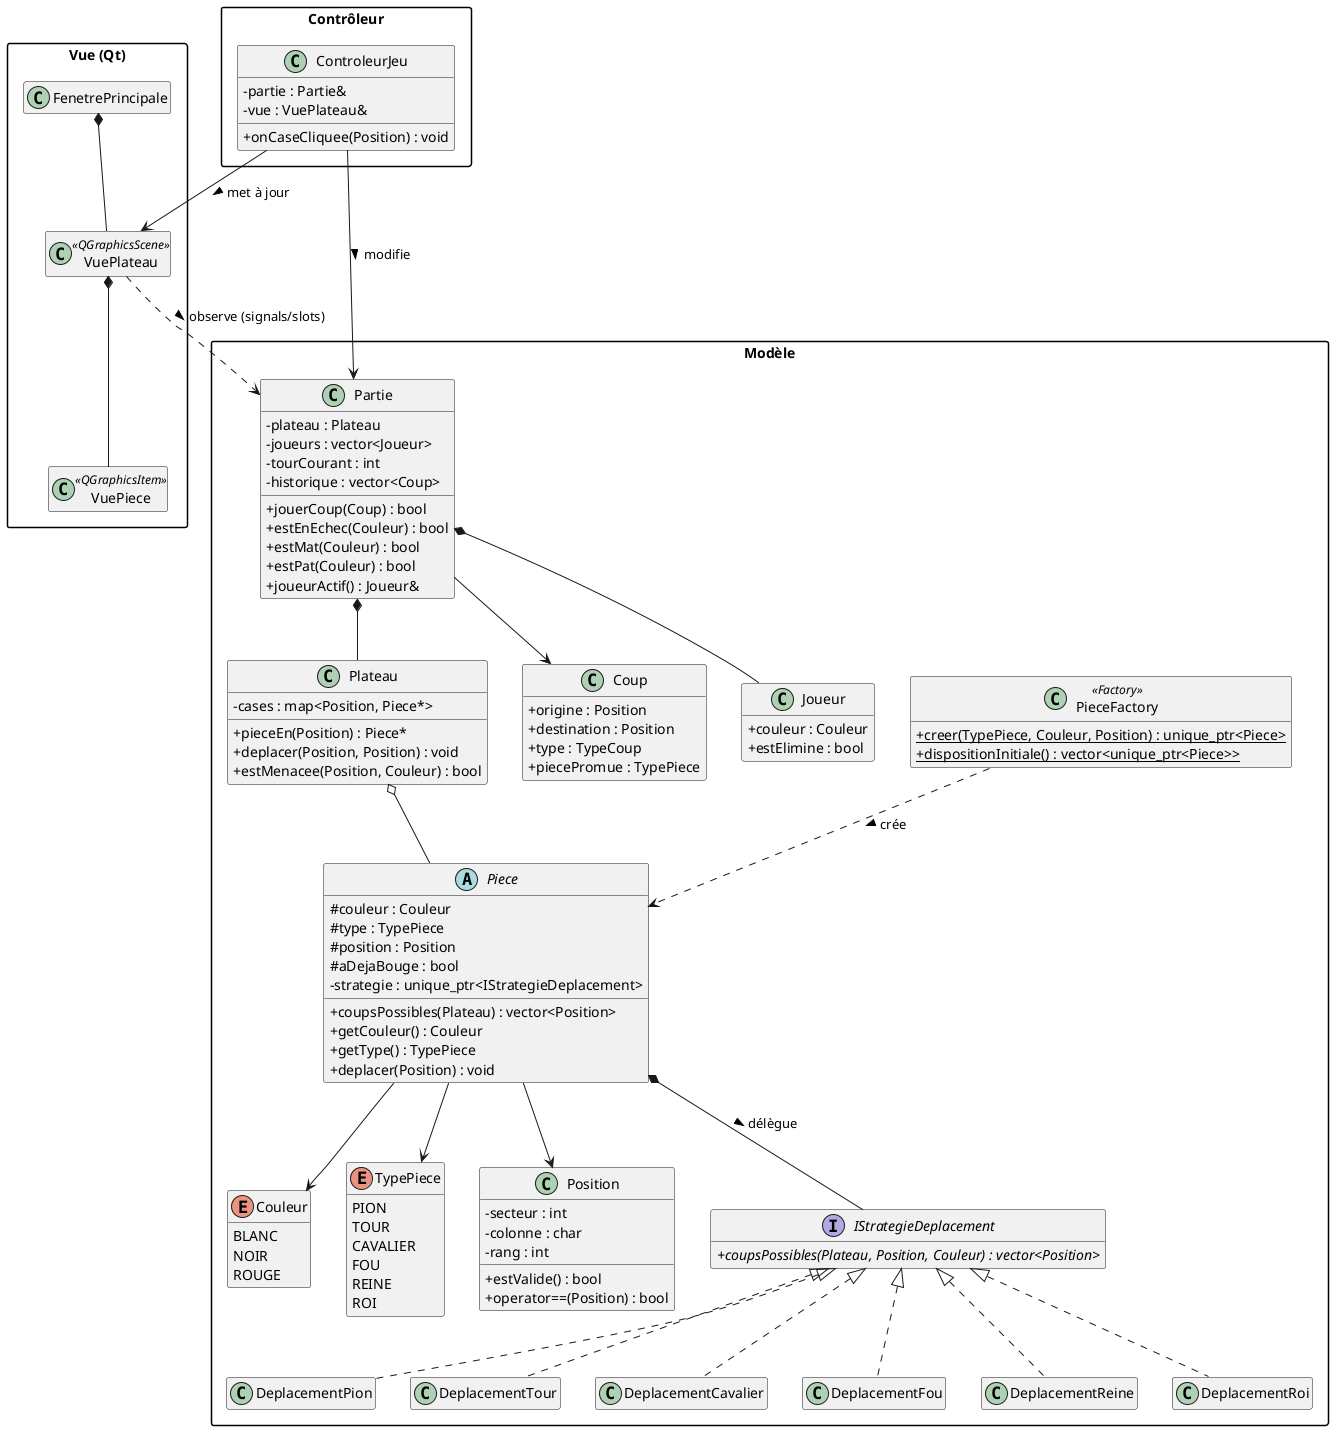
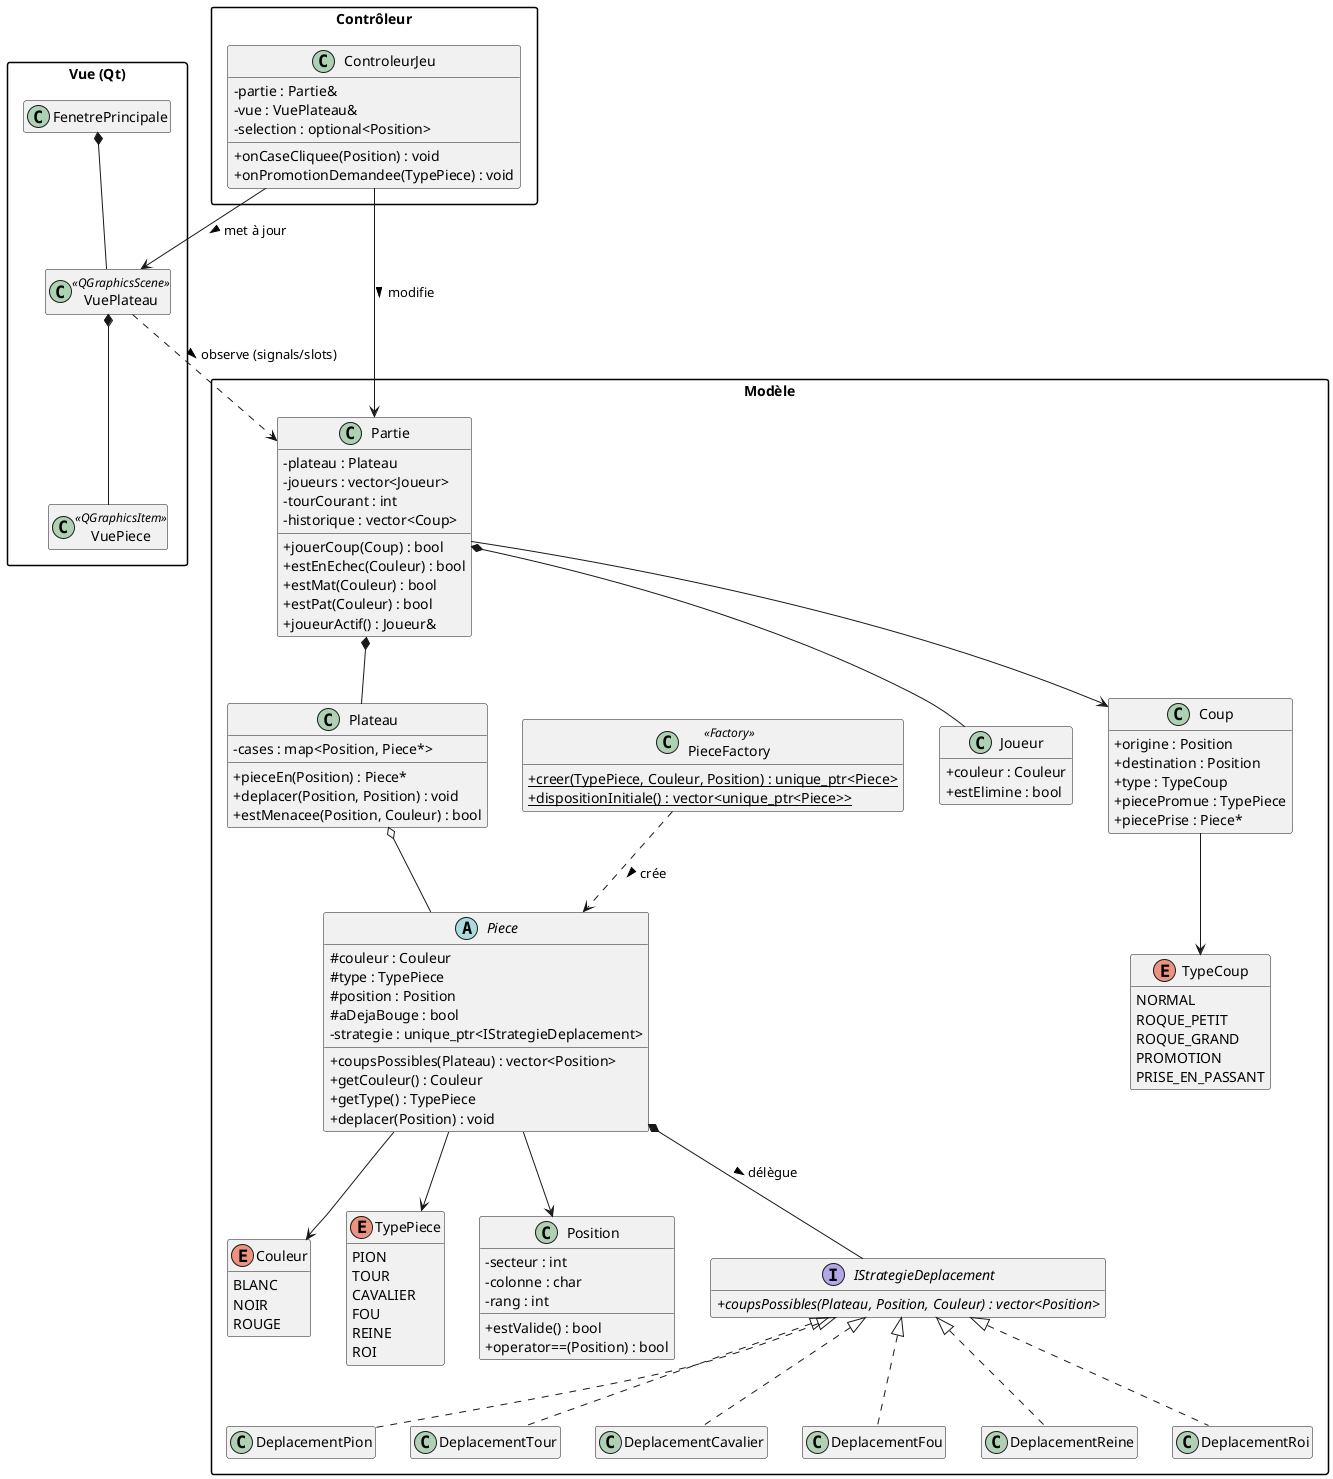
@startuml classes
' Diagramme de classes — Jeu d'Échec Yalta
' Architecture MVC + Strategy (déplacements) + Factory (pièces)

skinparam classAttributeIconSize 0
skinparam packageStyle rectangle
hide empty members

package "Modèle" {

    enum Couleur {
        BLANC
        NOIR
        ROUGE
    }

    enum TypePiece {
        PION
        TOUR
        CAVALIER
        FOU
        REINE
        ROI
    }

    class Position {
        - secteur : int
        - colonne : char
        - rang : int
        + estValide() : bool
        + operator==(Position) : bool
    }

    abstract class Piece {
        # couleur : Couleur
        # type : TypePiece
        # position : Position
        # aDejaBouge : bool
        - strategie : unique_ptr<IStrategieDeplacement>
        + coupsPossibles(Plateau) : vector<Position>
        + getCouleur() : Couleur
        + getType() : TypePiece
        + deplacer(Position) : void
    }

    interface IStrategieDeplacement {
        + {abstract} coupsPossibles(Plateau, Position, Couleur) : vector<Position>
    }

    class DeplacementPion
    class DeplacementTour
    class DeplacementCavalier
    class DeplacementFou
    class DeplacementReine
    class DeplacementRoi

    class PieceFactory <<Factory>> {
        + {static} creer(TypePiece, Couleur, Position) : unique_ptr<Piece>
        + {static} dispositionInitiale() : vector<unique_ptr<Piece>>
    }

    class Plateau {
        - cases : map<Position, Piece*>
        + pieceEn(Position) : Piece*
        + deplacer(Position, Position) : void
        + estMenacee(Position, Couleur) : bool
    }

+     enum TypeCoup {
+         NORMAL
+         ROQUE_PETIT
+         ROQUE_GRAND
+         PROMOTION
+         PRISE_EN_PASSANT
+     }
+ 
    class Coup {
        + origine : Position
        + destination : Position
        + type : TypeCoup
        + piecePromue : TypePiece
+         + piecePrise : Piece*
    }

    class Partie {
        - plateau : Plateau
        - joueurs : vector<Joueur>
        - tourCourant : int
        - historique : vector<Coup>
        + jouerCoup(Coup) : bool
        + estEnEchec(Couleur) : bool
        + estMat(Couleur) : bool
        + estPat(Couleur) : bool
        + joueurActif() : Joueur&
    }

    class Joueur {
        + couleur : Couleur
        + estElimine : bool
    }
}

package "Vue (Qt)" {
    class FenetrePrincipale
    class VuePlateau <<QGraphicsScene>>
    class VuePiece <<QGraphicsItem>>
}

package "Contrôleur" {
    class ControleurJeu {
        - partie : Partie&
        - vue : VuePlateau&
+         - selection : optional<Position>
        + onCaseCliquee(Position) : void
+         + onPromotionDemandee(TypePiece) : void
    }
}

' Héritage Strategy
IStrategieDeplacement <|.. DeplacementPion
IStrategieDeplacement <|.. DeplacementTour
IStrategieDeplacement <|.. DeplacementCavalier
IStrategieDeplacement <|.. DeplacementFou
IStrategieDeplacement <|.. DeplacementReine
IStrategieDeplacement <|.. DeplacementRoi

Piece *-- IStrategieDeplacement : délègue >
Piece --> Couleur
Piece --> TypePiece
Piece --> Position

PieceFactory ..> Piece : crée >

Plateau o-- Piece
Partie *-- Plateau
Partie *-- Joueur
Partie --> Coup
+ Coup --> TypeCoup

ControleurJeu --> Partie : modifie >
ControleurJeu --> VuePlateau : met à jour >
FenetrePrincipale *-- VuePlateau
VuePlateau *-- VuePiece
VuePlateau ..> Partie : observe (signals/slots) >

@enduml
